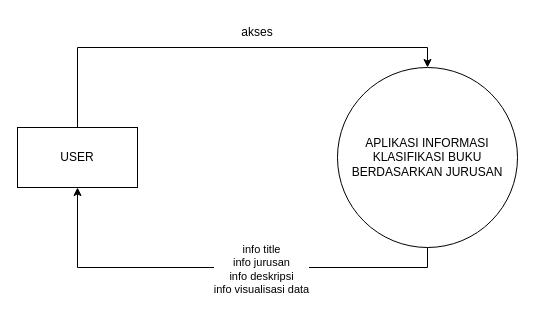
Earlier version of the draw.io diagram page "Halaman-2" (2 of 5) of Diagram Tanpa Judul.drawio (Naufalzaki05/comicu). Source tidied: cells renumbered, new cells numbered last; positions are measured from the earlier drawing's top-left corner, leaving out a move shared by most shapes. Both pictures are drawn from the tidied source at 100%, with x=0, y=0 at pixel (17, 17).
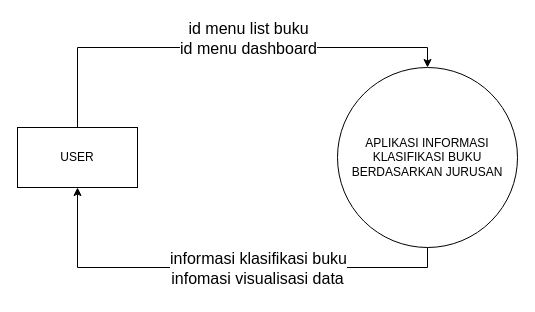
Above is the later version.

The edit, as a diff of the source:
```diff
@@
 <mxGraphModel>
   <root>
     <mxCell id="0" />
     <mxCell id="1" parent="0" />
     <mxCell id="2" style="edgeStyle=orthogonalEdgeStyle;rounded=0;jettySize=auto;html=1;exitX=0.5;exitY=1;exitDx=0;exitDy=0;entryX=0.5;entryY=1;entryDx=0;entryDy=0;" parent="1" edge="1" source="4" target="6">
       <mxGeometry relative="1" as="geometry" />
     </mxCell>
-    <mxCell id="3" value="info title&lt;br&gt;info jurusan&lt;br&gt;info deskripsi&lt;br&gt;info visualisasi data" style="edgeLabel;html=1;align=center;verticalAlign=middle;" parent="2" vertex="1">
-      <mxGeometry x="-0.17" y="1" relative="1" as="geometry" />
-    </mxCell>
     <mxCell id="4" value="APLIKASI INFORMASI KLASIFIKASI BUKU BERDASARKAN JURUSAN" style="ellipse;whiteSpace=wrap;html=1;" parent="1" vertex="1">
       <mxGeometry x="320" y="50" width="180" height="180" as="geometry" />
     </mxCell>
     <mxCell id="5" style="edgeStyle=orthogonalEdgeStyle;rounded=0;jettySize=auto;html=1;exitX=0.5;exitY=0;exitDx=0;exitDy=0;entryX=0.5;entryY=0;entryDx=0;entryDy=0;" parent="1" edge="1" source="6" target="4">
       <mxGeometry relative="1" as="geometry" />
     </mxCell>
     <mxCell id="6" value="USER" style="rounded=0;whiteSpace=wrap;html=1;" parent="1" vertex="1">
       <mxGeometry y="110" width="120" height="60" as="geometry" />
     </mxCell>
-    <mxCell id="7" value="akses" style="text;html=1;strokeColor=none;fillColor=none;align=center;verticalAlign=middle;whiteSpace=wrap;rounded=0;" parent="1" vertex="1">
-      <mxGeometry x="210" width="60" height="30" as="geometry" />
-    </mxCell>
+    <mxCell id="8" value="informasi klasifikasi buku&lt;br style=&quot;border-color: var(--border-color); font-size: 11px;&quot;&gt;" style="edgeLabel;html=1;align=center;verticalAlign=middle;fontSize=16;" parent="1" vertex="1">
+      <mxGeometry x="240.5" y="240" as="geometry" />
+    </mxCell>
+    <mxCell id="9" value="infomasi visualisasi data" style="edgeLabel;html=1;align=center;verticalAlign=middle;fontSize=16;" parent="1" vertex="1">
+      <mxGeometry x="239.5" y="260" as="geometry" />
+    </mxCell>
+    <mxCell id="10" value="id menu list buku" style="edgeLabel;html=1;align=center;verticalAlign=middle;fontSize=16;" parent="1" vertex="1">
+      <mxGeometry x="230" y="10" as="geometry" />
+    </mxCell>
+    <mxCell id="11" value="id menu dashboard" style="edgeLabel;html=1;align=center;verticalAlign=middle;fontSize=16;" parent="1" vertex="1">
+      <mxGeometry x="230" y="30" as="geometry" />
+    </mxCell>
   </root>
 </mxGraphModel>
```
